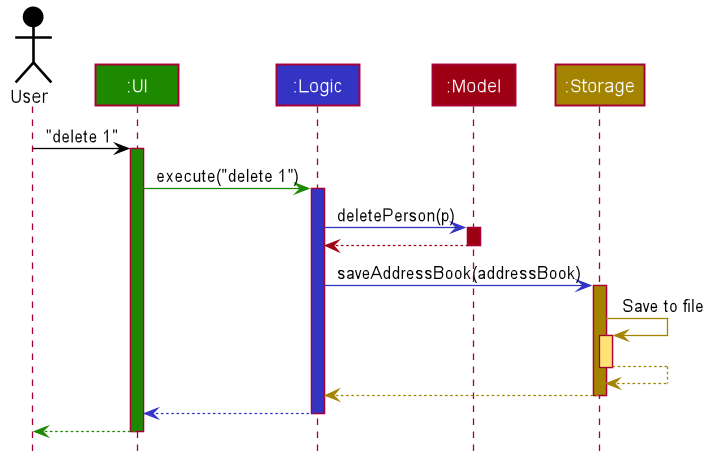
This is docs/images/ArchitectureSequenceDiagram.png from nus-cs2103-AY2122S1/tp, a PlantUML export, as it was before one commit.
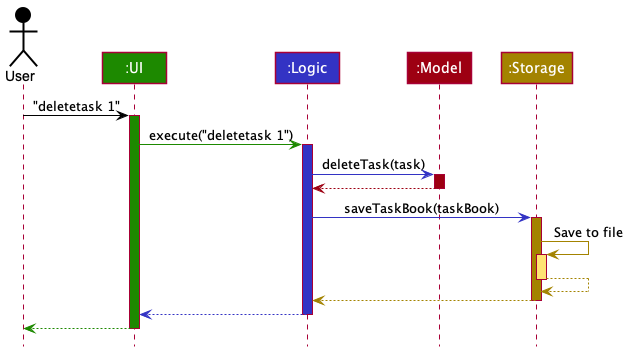
After the commit.

The edit, as a diff of the source:
```diff
@@ -1,85 +1,38 @@
 @startuml
+!include style.puml
 
+Actor User as user USER_COLOR
+Participant ":UI" as ui UI_COLOR
+Participant ":Logic" as logic LOGIC_COLOR
+Participant ":Model" as model MODEL_COLOR
+Participant ":Storage" as storage STORAGE_COLOR
 
+user -[USER_COLOR]> ui : "deletetask 1"
+activate ui UI_COLOR
 
+ui -[UI_COLOR]> logic : execute("deletetask 1")
+activate logic LOGIC_COLOR
 
+logic -[LOGIC_COLOR]> model : deleteTask(task)
+activate model MODEL_COLOR
 
-
-
-
-skinparam BackgroundColor #FFFFFFF
-
-skinparam Shadowing false
-
-skinparam Class {
-    FontColor #FFFFFF
-    BorderThickness 1
-    BorderColor #FFFFFF
-    StereotypeFontColor #FFFFFF
-    FontName Arial
-}
-
-skinparam Actor {
-    BorderColor #000000
-    Color #000000
-    FontName Arial
-}
-
-skinparam Sequence {
-    MessageAlign center
-    BoxFontSize 15
-    BoxPadding 0
-    BoxFontColor #FFFFFF
-    FontName Arial
-}
-
-skinparam Participant {
-    FontColor #FFFFFFF
-    Padding 20
-}
-
-skinparam MinClassWidth 50
-skinparam ParticipantPadding 10
-skinparam Shadowing false
-skinparam DefaultTextAlignment center
-skinparam packageStyle Rectangle
-
-hide footbox
-hide members
-hide circle
-
-Actor User as user #000000
-Participant ":UI" as ui #1D8900
-Participant ":Logic" as logic #3333C4
-Participant ":Model" as model #9D0012
-Participant ":Storage" as storage #A38300
-
-user -[#000000]> ui : "delete 1"
-activate ui #1D8900
-
-ui -[#1D8900]> logic : execute("delete 1")
-activate logic #3333C4
-
-logic -[#3333C4]> model : deletePerson(p)
-activate model #9D0012
-
-model -[#9D0012]-> logic
+model -[MODEL_COLOR]-> logic
 deactivate model
 
-logic -[#3333C4]> storage : saveAddressBook(addressBook)
-activate storage #A38300
+logic -[LOGIC_COLOR]> storage : saveTaskBook(taskBook)
+activate storage STORAGE_COLOR
 
-storage -[#A38300]> storage : Save to file
-activate storage #FFE374
-storage --[#A38300]> storage
+storage -[STORAGE_COLOR]> storage : Save to file
+activate storage STORAGE_COLOR_T1
+storage --[STORAGE_COLOR]> storage
 deactivate storage
 
-storage --[#A38300]> logic
+storage --[STORAGE_COLOR]> logic
 deactivate storage
 
-logic --[#3333C4]> ui
+logic --[LOGIC_COLOR]> ui
 deactivate logic
 
-ui--[#1D8900]> user
+ui--[UI_COLOR]> user
 deactivate ui
 @enduml
```
